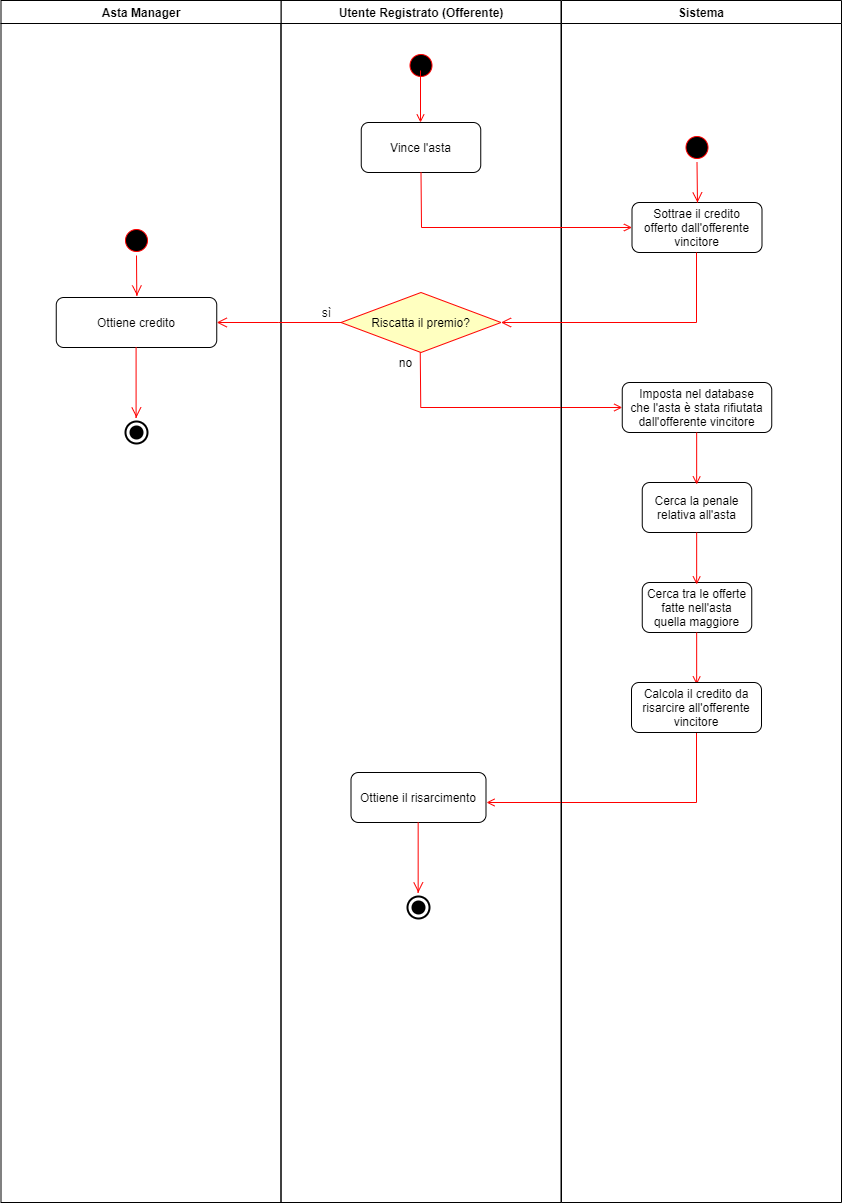
UnimibSoftEngCourse1920/progetto-aste-2-gruppo-aste-2 keeps this draw.io diagram as Documentazione/Progettazione/Activity Diagram/Activity Diagram.png. Above is the earlier version. Source tidied: cells renumbered, new cells last; positions are measured from the earlier drawing's top-left corner, leaving out a move shared by most shapes.
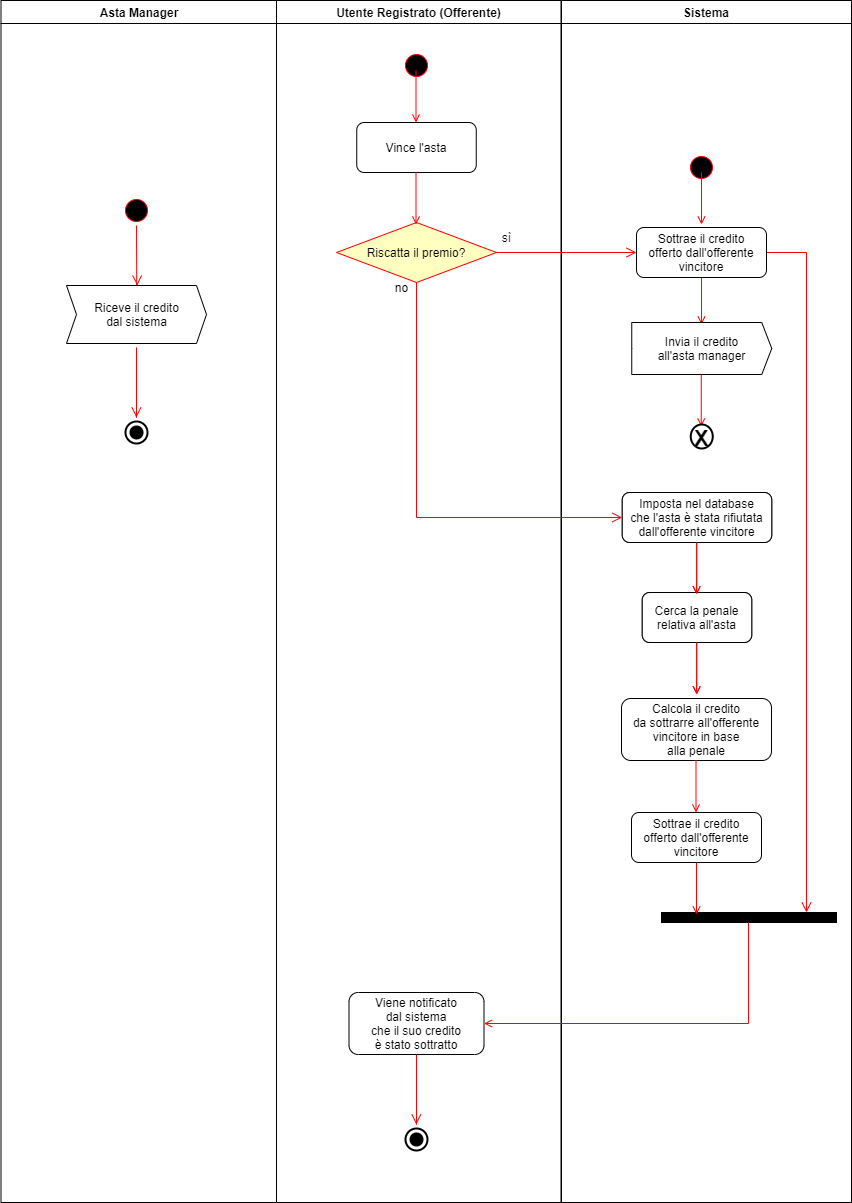
After the change.

Change to the diagram source:
```diff
@@ -3,121 +3,171 @@
     <mxCell id="0" />
     <mxCell id="1" parent="0" />
     <mxCell id="2" value="Utente Registrato (Offerente)" style="swimlane;whiteSpace=wrap;startSize=23;fillColor=#FFFFFF;" parent="1" vertex="1">
-      <mxGeometry x="280.5" width="280" height="1202" as="geometry" />
+      <mxGeometry x="276" width="284.5" height="1202" as="geometry" />
     </mxCell>
     <mxCell id="3" style="ellipse;shape=startState;fillColor=#000000;strokeColor=#ff0000;" parent="2" vertex="1">
       <mxGeometry x="125" y="50" width="30" height="30" as="geometry" />
     </mxCell>
-    <mxCell id="4" style="endArrow=open;strokeColor=#FF0000;endFill=1;rounded=0;" parent="2" edge="1">
-      <mxGeometry relative="1" as="geometry">
-        <mxPoint x="139.5" y="70" as="sourcePoint" />
-        <mxPoint x="139.5" y="122" as="targetPoint" />
-      </mxGeometry>
-    </mxCell>
     <mxCell id="5" value="Vince l'asta" style="gradientColor=none;rounded=1;" parent="2" vertex="1">
       <mxGeometry x="80.2" y="122" width="119.5" height="50" as="geometry" />
     </mxCell>
-    <mxCell id="6" value="Ottiene il risarcimento" style="rounded=1;" parent="2" vertex="1">
-      <mxGeometry x="70" y="772" width="135" height="50" as="geometry" />
+    <mxCell id="6" value="Viene notificato&#10;dal sistema&#10;che il suo credito&#10;è stato sottratto" style="rounded=1;" parent="2" vertex="1">
+      <mxGeometry x="72.5" y="992" width="135" height="62" as="geometry" />
     </mxCell>
     <mxCell id="7" style="ellipse;shape=startState;fillColor=#FFFFFF;strokeColor=#000000;strokeWidth=2;" parent="2" vertex="1">
-      <mxGeometry x="122.5" y="892" width="30" height="30" as="geometry" />
+      <mxGeometry x="125" y="1124" width="30" height="30" as="geometry" />
     </mxCell>
     <mxCell id="8" style="ellipse;shape=startState;fillColor=#000000;strokeColor=#000000;strokeWidth=2;" parent="2" vertex="1">
-      <mxGeometry x="127.5" y="897" width="20" height="20" as="geometry" />
+      <mxGeometry x="130" y="1129" width="20" height="20" as="geometry" />
     </mxCell>
     <mxCell id="9" value="Riscatta il premio?" style="rhombus;fillColor=#ffffc0;strokeColor=#ff0000;" parent="2" vertex="1">
-      <mxGeometry x="60" y="292" width="160" height="60" as="geometry" />
+      <mxGeometry x="60" y="222" width="160" height="60" as="geometry" />
     </mxCell>
+    <mxCell id="12" value="no" style="text;html=1;align=center;verticalAlign=middle;" parent="2" vertex="1">
+      <mxGeometry x="109.5" y="277" width="30" height="20" as="geometry" />
+    </mxCell>
+    <mxCell id="14" style="edgeStyle=elbowEdgeStyle;elbow=horizontal;align=left;verticalAlign=top;endArrow=open;endSize=8;strokeColor=#FF0000;endFill=1;rounded=0;" parent="2" edge="1">
+      <mxGeometry x="-1" relative="1" as="geometry">
+        <mxPoint x="139.8" y="1054" as="sourcePoint" />
+        <mxPoint x="139.8" y="1124" as="targetPoint" />
+      </mxGeometry>
+    </mxCell>
     <mxCell id="10" value="sì" style="text;html=1;align=center;verticalAlign=middle;" parent="2" vertex="1">
-      <mxGeometry x="35.5" y="302" width="20" height="20" as="geometry" />
+      <mxGeometry x="220" y="227" width="20" height="20" as="geometry" />
     </mxCell>
-    <mxCell id="11" style="endArrow=open;strokeColor=#FF0000;endFill=1;rounded=0;exitX=0.5;exitY=1;exitDx=0;exitDy=0;entryX=0;entryY=0.5;entryDx=0;entryDy=0;" parent="2" edge="1" target="20">
-      <mxGeometry relative="1" as="geometry">
-        <mxPoint x="139.2" y="352" as="sourcePoint" />
-        <Array as="points">
-          <mxPoint x="139.8" y="407" />
-        </Array>
-      </mxGeometry>
-    </mxCell>
-    <mxCell id="12" value="no" style="text;html=1;align=center;verticalAlign=middle;" parent="2" vertex="1">
-      <mxGeometry x="109.5" y="352" width="30" height="20" as="geometry" />
-    </mxCell>
-    <mxCell id="13" style="endArrow=open;strokeColor=#FF0000;endFill=1;rounded=0;exitX=0.5;exitY=1;exitDx=0;exitDy=0;" parent="2" edge="1" source="26">
-      <mxGeometry relative="1" as="geometry">
-        <mxPoint x="205.5" y="802" as="targetPoint" />
-        <Array as="points">
-          <mxPoint x="415.5" y="802" />
-        </Array>
-      </mxGeometry>
-    </mxCell>
-    <mxCell id="14" style="edgeStyle=elbowEdgeStyle;elbow=horizontal;align=left;verticalAlign=top;endArrow=open;endSize=8;strokeColor=#FF0000;endFill=1;rounded=0;" parent="2" edge="1">
-      <mxGeometry x="-1" relative="1" as="geometry">
-        <mxPoint x="137.3" y="822" as="sourcePoint" />
-        <mxPoint x="137.3" y="892" as="targetPoint" />
-      </mxGeometry>
-    </mxCell>
+    <mxCell id="36" style="endArrow=open;strokeColor=#FF0000;endFill=1;rounded=0;" parent="2" edge="1">
+      <mxGeometry relative="1" as="geometry">
+        <mxPoint x="139.5" y="172" as="sourcePoint" />
+        <mxPoint x="139.5" y="224" as="targetPoint" />
+      </mxGeometry>
+    </mxCell>
+    <mxCell id="37" style="endArrow=open;strokeColor=#FF0000;endFill=1;rounded=0;" parent="2" edge="1">
+      <mxGeometry relative="1" as="geometry">
+        <mxPoint x="139.5" y="70" as="sourcePoint" />
+        <mxPoint x="139.5" y="122" as="targetPoint" />
+      </mxGeometry>
+    </mxCell>
+    <mxCell id="38" style="edgeStyle=elbowEdgeStyle;elbow=horizontal;align=left;verticalAlign=top;endArrow=open;endSize=8;strokeColor=#FF0000;endFill=1;rounded=0;entryX=0;entryY=0.5;entryDx=0;entryDy=0;" parent="2" edge="1" target="40">
+      <mxGeometry x="-1" relative="1" as="geometry">
+        <mxPoint x="139.5" y="282" as="sourcePoint" />
+        <Array as="points">
+          <mxPoint x="140" y="402" />
+        </Array>
+      </mxGeometry>
+    </mxCell>
     <mxCell id="15" value="Sistema" style="swimlane;whiteSpace=wrap;startSize=23;" parent="1" vertex="1">
-      <mxGeometry x="561" width="280" height="1202" as="geometry" />
+      <mxGeometry x="561" width="290" height="1202" as="geometry" />
     </mxCell>
-    <mxCell id="16" value="Sottrae il credito&#10;offerto dall'offerente&#10;vincitore" style="rounded=1;" parent="15" vertex="1">
-      <mxGeometry x="70.5" y="202" width="130" height="50" as="geometry" />
-    </mxCell>
-    <mxCell id="17" style="edgeStyle=elbowEdgeStyle;elbow=horizontal;verticalAlign=bottom;endArrow=open;endSize=8;strokeColor=#FF0000;endFill=1;rounded=0;" parent="15" edge="1" source="18">
-      <mxGeometry x="-229" y="-144" as="geometry">
-        <mxPoint x="136" y="202" as="targetPoint" />
-      </mxGeometry>
-    </mxCell>
-    <mxCell id="18" style="ellipse;shape=startState;fillColor=#000000;strokeColor=#ff0000;" parent="15" vertex="1">
-      <mxGeometry x="120.5" y="132" width="30" height="30" as="geometry" />
-    </mxCell>
-    <mxCell id="19" style="edgeStyle=elbowEdgeStyle;elbow=horizontal;verticalAlign=bottom;endArrow=open;endSize=8;strokeColor=#FF0000;endFill=1;rounded=0;entryX=1;entryY=0.5;entryDx=0;entryDy=0;" parent="15" edge="1" target="9">
-      <mxGeometry x="-229.3" y="-54" as="geometry">
-        <mxPoint x="135.2" y="252" as="sourcePoint" />
-        <Array as="points">
-          <mxPoint x="135" y="322" />
-        </Array>
-      </mxGeometry>
-    </mxCell>
     <mxCell id="20" value="Imposta nel database&#10;che l'asta è stata rifiutata&#10;dall'offerente vincitore" style="rounded=1;" parent="15" vertex="1">
-      <mxGeometry x="60.8" y="382" width="149.5" height="50" as="geometry" />
+      <mxGeometry x="60.8" y="492" width="149.5" height="50" as="geometry" />
     </mxCell>
     <mxCell id="21" value="Cerca la penale &#10;relativa all'asta" style="rounded=1;" parent="15" vertex="1">
-      <mxGeometry x="80.8" y="482" width="109.5" height="50" as="geometry" />
+      <mxGeometry x="80.8" y="592" width="109.5" height="50" as="geometry" />
     </mxCell>
     <mxCell id="22" style="endArrow=open;strokeColor=#FF0000;endFill=1;rounded=0;" parent="15" edge="1">
       <mxGeometry relative="1" as="geometry">
-        <mxPoint x="135.2" y="432" as="sourcePoint" />
-        <mxPoint x="135.2" y="484" as="targetPoint" />
+        <mxPoint x="135.2" y="542" as="sourcePoint" />
+        <mxPoint x="135.2" y="594" as="targetPoint" />
       </mxGeometry>
     </mxCell>
-    <mxCell id="23" value="Cerca tra le offerte&#10;fatte nell'asta &#10;quella maggiore" style="rounded=1;" parent="15" vertex="1">
-      <mxGeometry x="80.8" y="582" width="109.5" height="50" as="geometry" />
-    </mxCell>
     <mxCell id="24" style="endArrow=open;strokeColor=#FF0000;endFill=1;rounded=0;" parent="15" edge="1">
       <mxGeometry relative="1" as="geometry">
-        <mxPoint x="135.2" y="532" as="sourcePoint" />
-        <mxPoint x="135.2" y="584" as="targetPoint" />
+        <mxPoint x="135.2" y="642" as="sourcePoint" />
+        <mxPoint x="135.2" y="694" as="targetPoint" />
       </mxGeometry>
     </mxCell>
-    <mxCell id="25" style="endArrow=open;strokeColor=#FF0000;endFill=1;rounded=0;" parent="15" edge="1">
-      <mxGeometry relative="1" as="geometry">
-        <mxPoint x="135.2" y="632" as="sourcePoint" />
-        <mxPoint x="135.2" y="684" as="targetPoint" />
-      </mxGeometry>
-    </mxCell>
-    <mxCell id="26" value="Calcola il credito da&#10;risarcire all'offerente&#10;vincitore" style="rounded=1;" parent="15" vertex="1">
-      <mxGeometry x="70" y="682" width="130" height="50" as="geometry" />
-    </mxCell>
+    <mxCell id="39" value="Sistema" style="swimlane;whiteSpace=wrap;startSize=23;" parent="15" vertex="1">
+      <mxGeometry width="290" height="1202" as="geometry" />
+    </mxCell>
+    <mxCell id="40" value="Imposta nel database&#10;che l'asta è stata rifiutata&#10;dall'offerente vincitore" style="rounded=1;" parent="39" vertex="1">
+      <mxGeometry x="60.8" y="492" width="149.5" height="50" as="geometry" />
+    </mxCell>
+    <mxCell id="41" value="Cerca la penale &#10;relativa all'asta" style="rounded=1;" parent="39" vertex="1">
+      <mxGeometry x="80.8" y="592" width="109.5" height="50" as="geometry" />
+    </mxCell>
+    <mxCell id="42" style="endArrow=open;strokeColor=#FF0000;endFill=1;rounded=0;" parent="39" edge="1">
+      <mxGeometry relative="1" as="geometry">
+        <mxPoint x="135.2" y="542" as="sourcePoint" />
+        <mxPoint x="135.2" y="594" as="targetPoint" />
+      </mxGeometry>
+    </mxCell>
+    <mxCell id="43" style="endArrow=open;strokeColor=#FF0000;endFill=1;rounded=0;" parent="39" edge="1">
+      <mxGeometry relative="1" as="geometry">
+        <mxPoint x="135.2" y="642" as="sourcePoint" />
+        <mxPoint x="135.2" y="694" as="targetPoint" />
+      </mxGeometry>
+    </mxCell>
+    <mxCell id="44" style="endArrow=open;strokeColor=#FF0000;endFill=1;rounded=0;" parent="39" edge="1">
+      <mxGeometry relative="1" as="geometry">
+        <mxPoint x="140" y="272" as="sourcePoint" />
+        <mxPoint x="140" y="324" as="targetPoint" />
+      </mxGeometry>
+    </mxCell>
+    <mxCell id="45" style="ellipse;shape=startState;fillColor=#000000;strokeColor=#ff0000;" parent="39" vertex="1">
+      <mxGeometry x="125" y="152" width="30" height="30" as="geometry" />
+    </mxCell>
+    <mxCell id="46" style="endArrow=open;strokeColor=#FF0000;endFill=1;rounded=0;" parent="39" edge="1">
+      <mxGeometry relative="1" as="geometry">
+        <mxPoint x="140" y="172" as="sourcePoint" />
+        <mxPoint x="140" y="224" as="targetPoint" />
+      </mxGeometry>
+    </mxCell>
+    <mxCell id="47" value="Invia il credito&lt;br&gt;all'asta manager" style="html=1;shadow=0;dashed=0;align=center;verticalAlign=middle;shape=mxgraph.arrows2.arrow;dy=0;dx=10;notch=0;rounded=0;comic=0;strokeWidth=1;" parent="39" vertex="1">
+      <mxGeometry x="70.2" y="322" width="140" height="52" as="geometry" />
+    </mxCell>
+    <mxCell id="48" style="endArrow=open;strokeColor=#FF0000;endFill=1;rounded=0;" parent="39" edge="1">
+      <mxGeometry relative="1" as="geometry">
+        <mxPoint x="139.8" y="374" as="sourcePoint" />
+        <mxPoint x="139.8" y="426" as="targetPoint" />
+      </mxGeometry>
+    </mxCell>
+    <mxCell id="49" value="X" style="ellipse;shape=startState;fillColor=#FFFFFF;strokeColor=#000000;strokeWidth=2;fontSize=22;fontStyle=1;" parent="39" vertex="1">
+      <mxGeometry x="125.2" y="420" width="30" height="32" as="geometry" />
+    </mxCell>
+    <mxCell id="50" value="Calcola il credito&#10;da sottrarre all'offerente&#10;vincitore in base&#10;alla penale" style="rounded=1;" parent="39" vertex="1">
+      <mxGeometry x="60" y="698" width="150" height="62" as="geometry" />
+    </mxCell>
+    <mxCell id="51" style="endArrow=open;strokeColor=#FF0000;endFill=1;rounded=0;" parent="39" edge="1">
+      <mxGeometry relative="1" as="geometry">
+        <mxPoint x="134.5" y="760" as="sourcePoint" />
+        <mxPoint x="134.5" y="812" as="targetPoint" />
+      </mxGeometry>
+    </mxCell>
+    <mxCell id="52" value="Sottrae il credito&#10;offerto dall'offerente&#10;vincitore" style="rounded=1;" parent="39" vertex="1">
+      <mxGeometry x="70" y="812" width="130" height="50" as="geometry" />
+    </mxCell>
+    <mxCell id="53" style="edgeStyle=elbowEdgeStyle;elbow=horizontal;verticalAlign=bottom;endArrow=open;endSize=8;strokeColor=#FF0000;endFill=1;rounded=0;exitX=1;exitY=0.5;exitDx=0;exitDy=0;" parent="39" edge="1">
+      <mxGeometry x="-99" y="-149" as="geometry">
+        <mxPoint x="200" y="252" as="sourcePoint" />
+        <mxPoint x="245" y="912" as="targetPoint" />
+        <Array as="points">
+          <mxPoint x="245" y="562" />
+        </Array>
+      </mxGeometry>
+    </mxCell>
+    <mxCell id="54" style="rounded=0;whiteSpace=wrap;html=1;shadow=0;comic=0;strokeWidth=1;fontSize=22;fontColor=none;fillColor=#000000;" parent="39" vertex="1">
+      <mxGeometry x="100" y="912" width="175" height="10" as="geometry" />
+    </mxCell>
+    <mxCell id="55" style="endArrow=open;strokeColor=#FF0000;endFill=1;rounded=0;" parent="39" edge="1">
+      <mxGeometry relative="1" as="geometry">
+        <mxPoint x="135" y="862" as="sourcePoint" />
+        <mxPoint x="135" y="914" as="targetPoint" />
+      </mxGeometry>
+    </mxCell>
+    <mxCell id="56" style="endArrow=open;strokeColor=#FF0000;endFill=1;rounded=0;entryX=1;entryY=0.5;entryDx=0;entryDy=0;" parent="39" edge="1" target="6">
+      <mxGeometry relative="1" as="geometry">
+        <mxPoint x="187" y="922" as="sourcePoint" />
+        <Array as="points">
+          <mxPoint x="187" y="1023" />
+        </Array>
+      </mxGeometry>
+    </mxCell>
     <mxCell id="27" value="Asta Manager" style="swimlane;whiteSpace=wrap;" parent="1" vertex="1">
-      <mxGeometry x="0.5" width="280" height="1202" as="geometry" />
+      <mxGeometry x="0.5" width="275.5" height="1202" as="geometry" />
     </mxCell>
     <mxCell id="28" style="ellipse;shape=startState;fillColor=#FFFFFF;strokeColor=#000000;strokeWidth=2;" parent="27" vertex="1">
       <mxGeometry x="120.5" y="417" width="30" height="30" as="geometry" />
     </mxCell>
-    <mxCell id="29" value="Ottiene credito" style="rounded=1;" parent="27" vertex="1">
-      <mxGeometry x="55.2" y="297" width="160.5" height="50" as="geometry" />
-    </mxCell>
     <mxCell id="30" style="edgeStyle=elbowEdgeStyle;elbow=horizontal;align=left;verticalAlign=top;endArrow=open;endSize=8;strokeColor=#FF0000;endFill=1;rounded=0;" parent="27" edge="1">
       <mxGeometry x="-1" relative="1" as="geometry">
         <mxPoint x="135.4" y="347" as="sourcePoint" />
@@ -125,25 +175,27 @@
       </mxGeometry>
     </mxCell>
     <mxCell id="31" style="ellipse;shape=startState;fillColor=#000000;strokeColor=#ff0000;" parent="27" vertex="1">
-      <mxGeometry x="120.5" y="225" width="30" height="30" as="geometry" />
+      <mxGeometry x="120.5" y="195" width="30" height="30" as="geometry" />
     </mxCell>
     <mxCell id="32" style="edgeStyle=elbowEdgeStyle;elbow=horizontal;verticalAlign=bottom;endArrow=open;endSize=8;strokeColor=#FF0000;endFill=1;rounded=0;" parent="27" edge="1" source="31">
-      <mxGeometry x="-344.5" y="77" as="geometry">
-        <mxPoint x="136" y="295" as="targetPoint" />
+      <mxGeometry x="-346.8" y="100" as="geometry">
+        <mxPoint x="136.2" y="285" as="targetPoint" />
+        <Array as="points">
+          <mxPoint x="135.8" y="265" />
+        </Array>
       </mxGeometry>
     </mxCell>
     <mxCell id="33" style="ellipse;shape=startState;fillColor=#000000;strokeColor=#000000;strokeWidth=2;" parent="27" vertex="1">
       <mxGeometry x="125.5" y="422" width="20" height="20" as="geometry" />
     </mxCell>
-    <mxCell id="34" style="endArrow=open;strokeColor=#FF0000;endFill=1;rounded=0;entryX=0;entryY=0.5;entryDx=0;entryDy=0;exitX=0.5;exitY=1;exitDx=0;exitDy=0;" parent="1" edge="1" source="5" target="16">
-      <mxGeometry relative="1" as="geometry">
-        <Array as="points">
-          <mxPoint x="421" y="227" />
-        </Array>
-      </mxGeometry>
-    </mxCell>
-    <mxCell id="35" style="edgeStyle=elbowEdgeStyle;elbow=horizontal;verticalAlign=bottom;endArrow=open;endSize=8;strokeColor=#FF0000;endFill=1;rounded=0;exitX=0;exitY=0.5;exitDx=0;exitDy=0;entryX=1;entryY=0.5;entryDx=0;entryDy=0;" parent="1" edge="1" source="9" target="29">
-      <mxGeometry x="-294.5" y="54" as="geometry" />
-    </mxCell>
+    <mxCell id="57" value="Riceve il credito&lt;br&gt;dal sistema" style="html=1;shadow=0;dashed=0;align=center;verticalAlign=middle;shape=mxgraph.arrows2.arrow;dy=0;dx=10;notch=10;rounded=0;comic=0;strokeWidth=1;" parent="27" vertex="1">
+      <mxGeometry x="65.5" y="285" width="140" height="58" as="geometry" />
+    </mxCell>
+    <mxCell id="58" value="Sottrae il credito&#10;offerto dall'offerente&#10;vincitore" style="rounded=1;" parent="1" vertex="1">
+      <mxGeometry x="636" y="227" width="130" height="50" as="geometry" />
+    </mxCell>
+    <mxCell id="59" style="edgeStyle=elbowEdgeStyle;elbow=horizontal;verticalAlign=bottom;endArrow=open;endSize=8;strokeColor=#FF0000;endFill=1;rounded=0;exitX=1;exitY=0.5;exitDx=0;exitDy=0;entryX=0;entryY=0.5;entryDx=0;entryDy=0;" parent="1" edge="1" source="9" target="58">
+      <mxGeometry x="81" y="-21" as="geometry" />
+    </mxCell>
   </root>
 </mxGraphModel>
```
